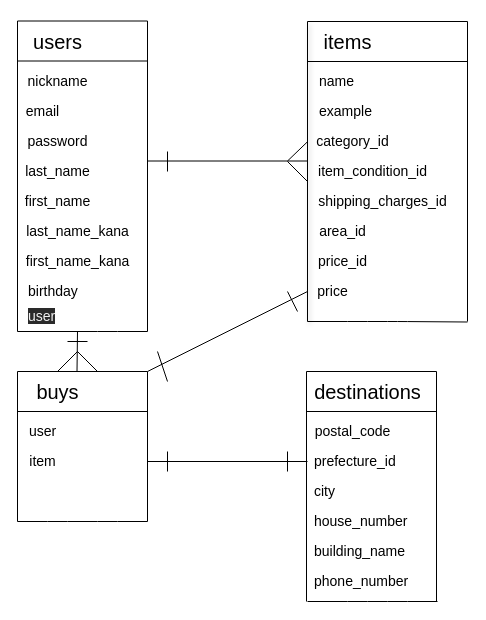
Before: furima.dio in yoshihiro-kawamura/furima-31667, a draw.io diagram. Source tidied: cells renumbered, new cells numbered last; positions are measured from the earlier drawing's top-left corner, leaving out a move shared by most shapes. Both pictures are drawn from the tidied source at 100%, with x=0, y=0 at pixel (17, 21).
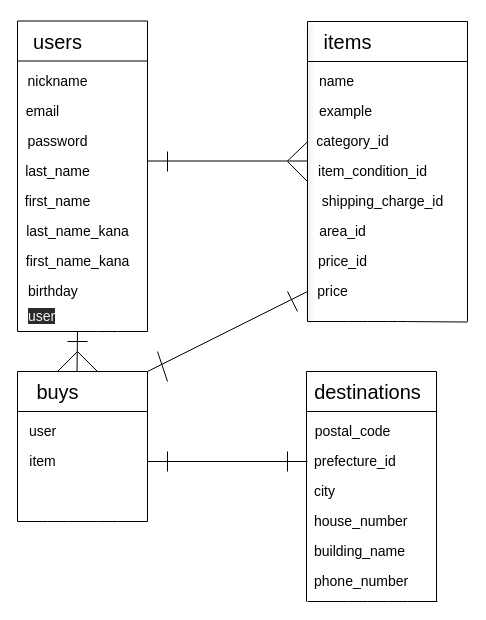
The same page after the edit.

Diff of the diagram source:
```diff
@@
-    <mxCell id="26" value="shipping_charges_id" style="text;html=1;align=center;verticalAlign=middle;strokeWidth=1;fontSize=14;" parent="1" vertex="1">
+    <mxCell id="26" value="shipping_charge_id" style="text;html=1;align=center;verticalAlign=middle;strokeWidth=1;fontSize=14;" parent="1" vertex="1">
       <mxGeometry x="295" y="169.5" width="140" height="20" as="geometry" />
     </mxCell>
```
